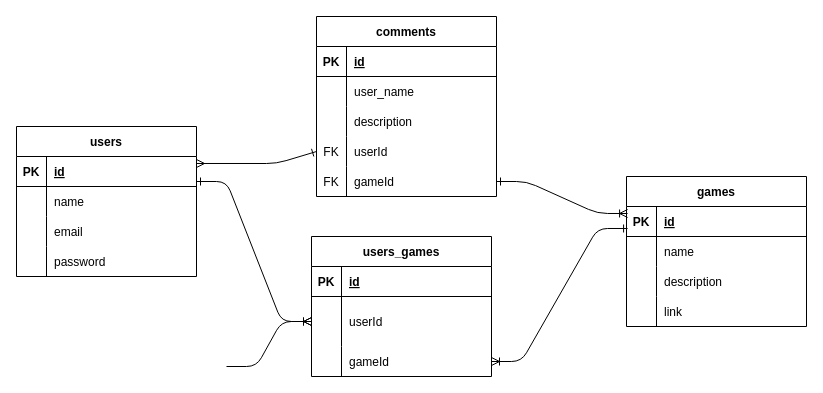
Earlier version of the draw.io diagram ERD-CRUD.drawio (brandon-w1205/cheapEgames). Source tidied: cells renumbered, new cells numbered last; positions are measured from the earlier drawing's top-left corner, leaving out a move shared by most shapes. Both pictures are drawn from the tidied source at 100%, with x=0, y=0 at pixel (16, 16).
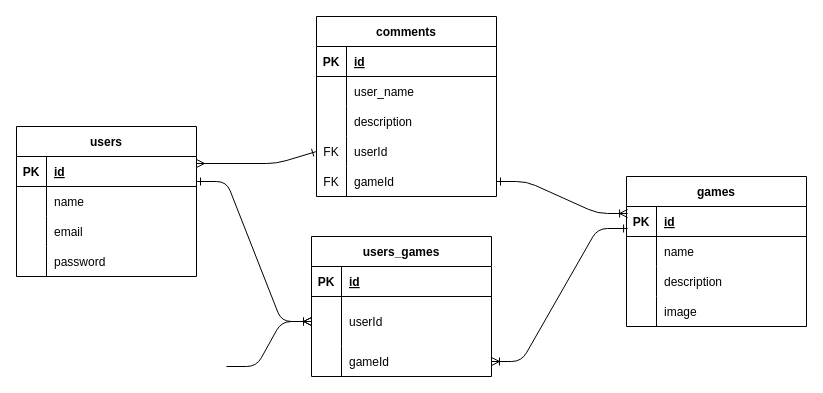
The same page after the edit.

Unchanged cells that the change refers to:
```xml
<mxCell id="37" style="shape=partialRectangle;fillColor=none;top=0;left=0;bottom=0;right=0;" parent="27" vertex="1">
  <mxGeometry y="120" width="180" height="30" as="geometry" />
</mxCell>
```

Diff of the diagram source:
```diff
@@
-    <mxCell id="39" value="link" style="shape=partialRectangle;fillColor=none;top=0;left=0;bottom=0;right=0;align=left;spacingLeft=6;overflow=hidden;" parent="37" vertex="1">
+    <mxCell id="39" value="image" style="shape=partialRectangle;fillColor=none;top=0;left=0;bottom=0;right=0;align=left;spacingLeft=6;overflow=hidden;" parent="37" vertex="1">
       <mxGeometry x="30" width="150" height="30" as="geometry" />
     </mxCell>
```
